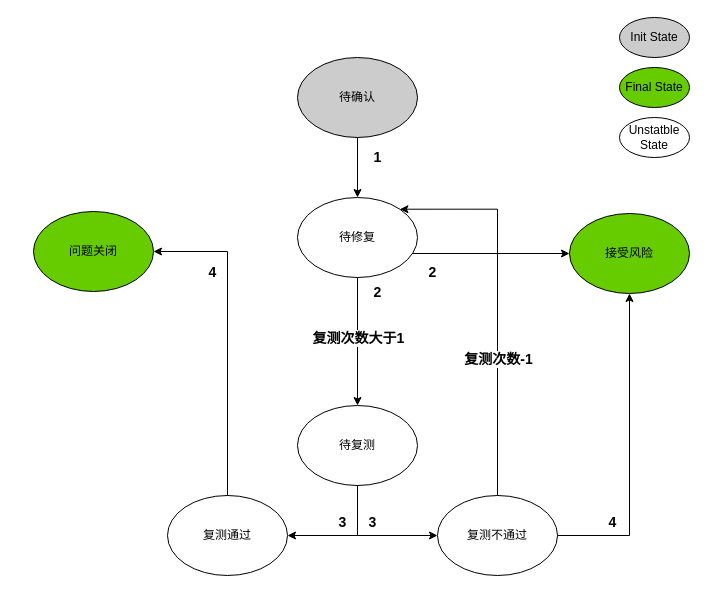
The draw.io diagram ptaas issure state.drawio in caihuayu0322/drawio-github, before the edit. Source tidied: cells renumbered, new cells numbered last; positions are measured from the earlier drawing's top-left corner, leaving out a move shared by most shapes. Both pictures are drawn from the tidied source at 100%, with x=0, y=0 at pixel (33, 17).
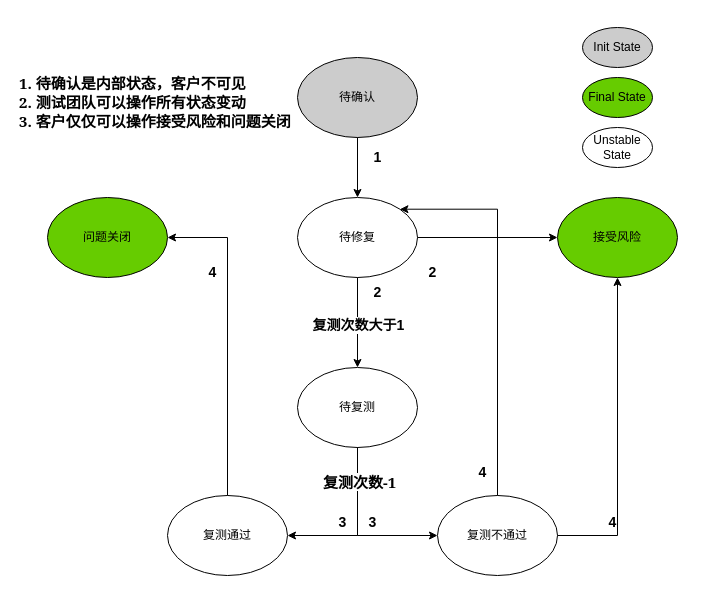
The same diagram, later.

The change refers to these unchanged cells:
```xml
<mxCell id="3" value="待修复" style="ellipse;whiteSpace=wrap;html=1;" parent="1" vertex="1">
  <mxGeometry x="264" y="180" width="120" height="80" as="geometry" />
</mxCell>
<mxCell id="14" style="endArrow=classic;html=1;rounded=0;entryX=0;entryY=0.5;entryDx=0;entryDy=0;exitX=0.5;exitY=1;exitDx=0;exitDy=0;edgeStyle=orthogonalEdgeStyle;" parent="1" edge="1" source="4" target="6">
  <mxGeometry relative="1" as="geometry" />
</mxCell>
<mxCell id="16" style="endArrow=classic;html=1;rounded=0;entryX=1;entryY=0;entryDx=0;entryDy=0;exitX=0.5;exitY=0;exitDx=0;exitDy=0;edgeStyle=orthogonalEdgeStyle;elbow=vertical;" parent="1" edge="1" source="6" target="3">
  <mxGeometry relative="1" as="geometry">
    <Array as="points">
      <mxPoint x="464" y="192" />
    </Array>
  </mxGeometry>
</mxCell>
```

Change to the diagram source:
```diff
@@
     <mxCell id="4" value="待复测" style="ellipse;whiteSpace=wrap;html=1;" parent="1" vertex="1">
-      <mxGeometry x="264" y="388" width="120" height="80" as="geometry" />
+      <mxGeometry x="264" y="350" width="120" height="80" as="geometry" />
     </mxCell>
@@
     <mxCell id="7" value="接受风险" style="ellipse;whiteSpace=wrap;html=1;fillColor=#66CC00;" parent="1" vertex="1">
-      <mxGeometry x="536" y="196" width="120" height="80" as="geometry" />
+      <mxGeometry x="524" y="180" width="120" height="80" as="geometry" />
     </mxCell>
     <mxCell id="8" value="问题关闭" style="ellipse;whiteSpace=wrap;html=1;fillColor=#66CC00;" parent="1" vertex="1">
-      <mxGeometry y="194" width="120" height="80" as="geometry" />
+      <mxGeometry x="14" y="180" width="120" height="80" as="geometry" />
     </mxCell>
@@
+    <mxCell id="17" value="&lt;b&gt;复测次数-1&lt;/b&gt;" style="edgeLabel;html=1;align=center;verticalAlign=middle;fontSize=15;fontFamily=Georgia;" parent="14" vertex="1">
+      <mxGeometry x="-0.61" y="1" relative="1" as="geometry" />
+    </mxCell>
@@
-    <mxCell id="17" value="&lt;b&gt;复测次数-1&lt;/b&gt;" style="edgeLabel;html=1;align=center;verticalAlign=middle;fontSize=14;" parent="16" vertex="1">
-      <mxGeometry x="-0.25" relative="1" as="geometry">
-        <mxPoint y="7" as="offset" />
-      </mxGeometry>
-    </mxCell>
-    <mxCell id="18" style="endArrow=classic;html=1;rounded=0;elbow=vertical;entryX=0;entryY=0.5;entryDx=0;entryDy=0;exitX=0.958;exitY=0.7;exitDx=0;exitDy=0;exitPerimeter=0;edgeStyle=orthogonalEdgeStyle;" parent="1" edge="1" source="3" target="7">
+    <mxCell id="18" style="endArrow=classic;html=1;rounded=0;elbow=vertical;entryX=0;entryY=0.5;entryDx=0;entryDy=0;exitX=1;exitY=0.5;exitDx=0;exitDy=0;edgeStyle=orthogonalEdgeStyle;" parent="1" edge="1" source="3" target="7">
       <mxGeometry relative="1" as="geometry" />
     </mxCell>
-    <mxCell id="19" value="Unstatble State" style="ellipse;whiteSpace=wrap;html=1;" parent="1" vertex="1">
-      <mxGeometry x="586" y="100" width="70" height="40" as="geometry" />
+    <mxCell id="19" value="Unstable State" style="ellipse;whiteSpace=wrap;html=1;" parent="1" vertex="1">
+      <mxGeometry x="549" y="110" width="70" height="40" as="geometry" />
     </mxCell>
     <mxCell id="20" value="Final State" style="ellipse;whiteSpace=wrap;html=1;fillColor=#66CC00;" parent="1" vertex="1">
-      <mxGeometry x="586" y="50" width="70" height="40" as="geometry" />
+      <mxGeometry x="549" y="60" width="70" height="40" as="geometry" />
     </mxCell>
     <mxCell id="21" value="Init State" style="ellipse;whiteSpace=wrap;html=1;fillColor=#CCCCCC;" parent="1" vertex="1">
-      <mxGeometry x="586" width="70" height="40" as="geometry" />
+      <mxGeometry x="549" y="10" width="70" height="40" as="geometry" />
     </mxCell>
@@
+    <mxCell id="29" value="&lt;b style=&quot;font-size: 15px;&quot;&gt;&lt;font face=&quot;Georgia&quot;&gt;1. 待确认是内部状态，客户不可见&lt;br&gt;2. 测试团队可以操作所有状态变动&lt;br&gt;3. 客户仅仅可以操作接受风险和问题关闭&lt;/font&gt;&lt;/b&gt;" style="text;html=1;align=left;verticalAlign=middle;strokeColor=none;fillColor=none;" parent="1" vertex="1">
+      <mxGeometry x="-16" y="50" width="300" height="70" as="geometry" />
+    </mxCell>
+    <mxCell id="30" value="&lt;b&gt;4&lt;/b&gt;" style="text;html=1;align=center;verticalAlign=middle;strokeColor=none;fillColor=none;fontSize=14;" parent="1" vertex="1">
+      <mxGeometry x="434" y="440" width="30" height="30" as="geometry" />
+    </mxCell>
```
